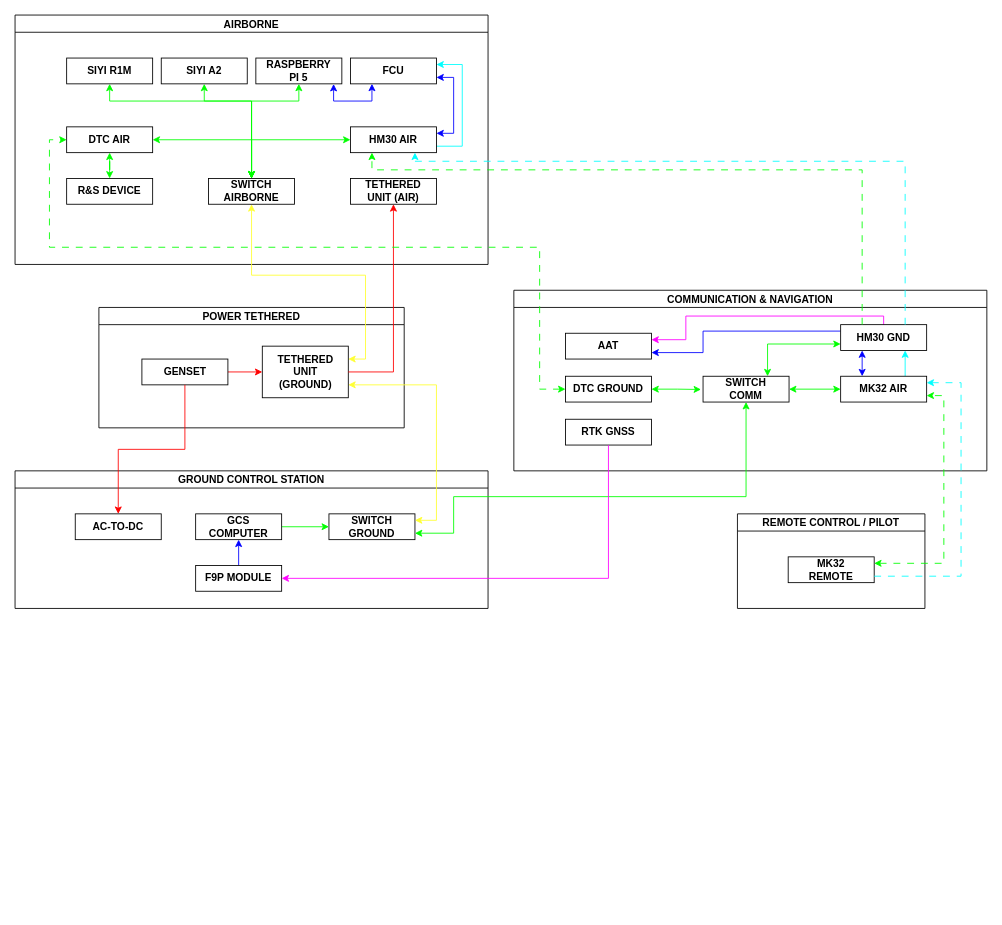
Before: Block Diagram DF.drawio in BagaszPraa/Kumpulan-Tutorial, a draw.io diagram. Source tidied: cells renumbered, new cells numbered last; positions are measured from the earlier drawing's top-left corner, leaving out a move shared by most shapes. Both pictures are drawn from the tidied source at 86%, with x=0, y=0 at pixel (15, 15).
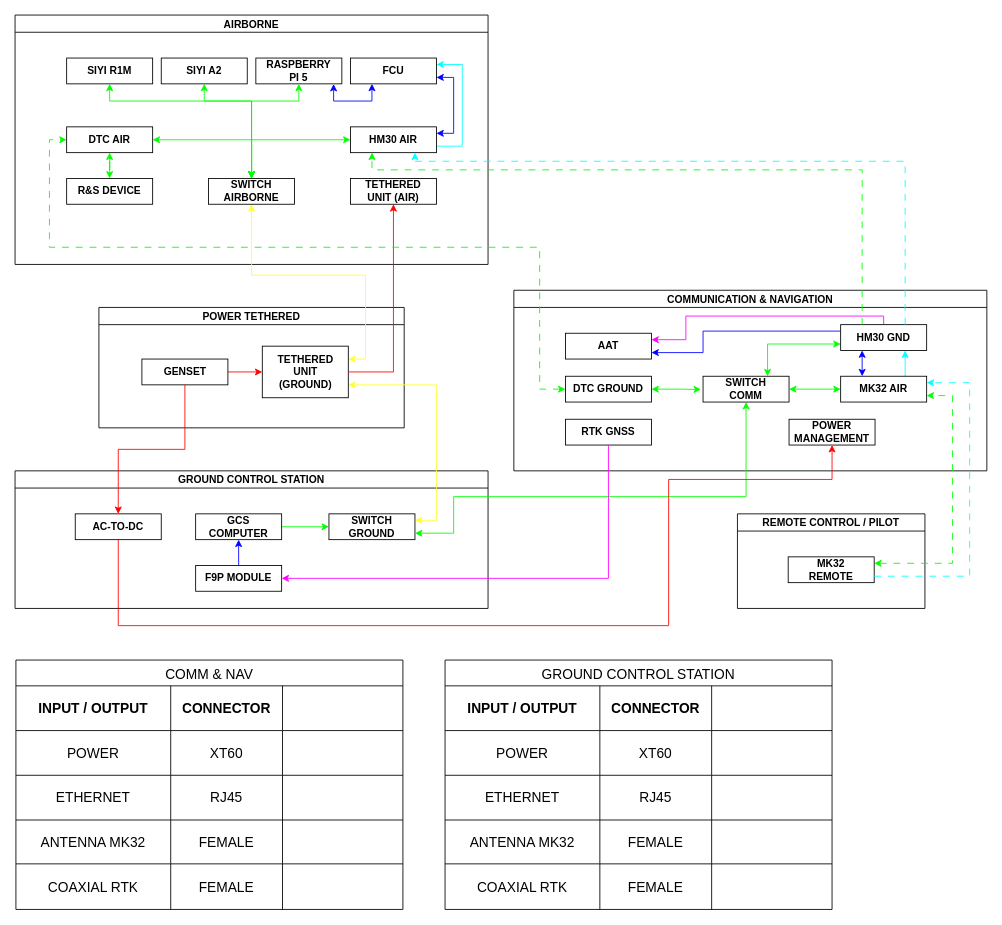
After the change.

Unchanged cells that the change refers to:
```xml
<mxCell id="27" value="AC-TO-DC" style="whiteSpace=wrap;html=1;spacing=9;labelBackgroundColor=none;fontStyle=1;" parent="21" vertex="1">
  <mxGeometry x="70" y="50" width="100" height="30" as="geometry" />
</mxCell>
<mxCell id="28" value="COMMUNICATION &amp; NAVIGATION" style="swimlane;startSize=20;horizontal=1;containerType=tree;newEdgeStyle={&quot;edgeStyle&quot;:&quot;elbowEdgeStyle&quot;,&quot;startArrow&quot;:&quot;none&quot;,&quot;endArrow&quot;:&quot;none&quot;};spacing=9;labelBackgroundColor=none;fontStyle=1;" parent="1" vertex="1">
  <mxGeometry x="580" y="320" width="550" height="210" as="geometry" />
</mxCell>
<mxCell id="32" value="MK32 AIR" style="whiteSpace=wrap;html=1;spacing=9;labelBackgroundColor=none;fontStyle=1;" parent="28" vertex="1">
  <mxGeometry x="380" y="100" width="100" height="30" as="geometry" />
</mxCell>
<mxCell id="43" value="MK32 REMOTE" style="whiteSpace=wrap;html=1;spacing=9;labelBackgroundColor=none;fontStyle=1;" parent="42" vertex="1">
  <mxGeometry x="59" y="50" width="100" height="30" as="geometry" />
</mxCell>
```

Change to the diagram source:
```diff
@@
+    <mxCell id="59" value="POWER MANAGEMENT" style="whiteSpace=wrap;html=1;spacing=9;labelBackgroundColor=none;fontStyle=1;" parent="28" vertex="1">
+      <mxGeometry x="320" y="150" width="100" height="30" as="geometry" />
+    </mxCell>
@@
     <mxCell id="55" style="edgeStyle=orthogonalEdgeStyle;rounded=0;jettySize=auto;html=1;exitX=1;exitY=0.25;exitDx=0;exitDy=0;entryX=1;entryY=0.75;entryDx=0;entryDy=0;startArrow=classic;startFill=1;strokeColor=#00ff00;dashed=1;dashPattern=8 8;" parent="1" edge="1" source="43" target="32">
-      <mxGeometry relative="1" as="geometry" />
+      <mxGeometry relative="1" as="geometry">
+        <Array as="points">
+          <mxPoint x="1090" y="638" />
+          <mxPoint x="1090" y="443" />
+        </Array>
+      </mxGeometry>
     </mxCell>
     <mxCell id="56" style="edgeStyle=orthogonalEdgeStyle;rounded=0;jettySize=auto;html=1;exitX=1;exitY=0.75;exitDx=0;exitDy=0;entryX=1;entryY=0.25;entryDx=0;entryDy=0;startArrow=none;startFill=0;strokeColor=#00ffff;dashed=1;dashPattern=8 8;" parent="1" edge="1" source="43" target="32">
       <mxGeometry relative="1" as="geometry">
         <Array as="points">
-          <mxPoint x="1100" y="653" />
-          <mxPoint x="1100" y="427" />
+          <mxPoint x="1110" y="652" />
+          <mxPoint x="1110" y="428" />
         </Array>
       </mxGeometry>
     </mxCell>
@@
+    <mxCell id="60" style="edgeStyle=orthogonalEdgeStyle;rounded=0;jettySize=auto;html=1;exitX=0.5;exitY=1;exitDx=0;exitDy=0;entryX=0.5;entryY=1;entryDx=0;entryDy=0;strokeColor=#ff0000;" parent="1" edge="1" source="27" target="59">
+      <mxGeometry relative="1" as="geometry">
+        <Array as="points">
+          <mxPoint x="120" y="710" />
+          <mxPoint x="760" y="710" />
+          <mxPoint x="760" y="540" />
+          <mxPoint x="950" y="540" />
+        </Array>
+      </mxGeometry>
+    </mxCell>
+    <mxCell id="61" value="COMM &amp; NAV" style="shape=table;startSize=30;childLayout=tableLayout;strokeColor=default;fontSize=16;" parent="1" vertex="1">
+      <mxGeometry x="1" y="750" width="450" height="290" as="geometry" />
+    </mxCell>
+    <mxCell id="62" style="shape=tableRow;horizontal=0;startSize=0;swimlaneHead=0;swimlaneBody=0;strokeColor=inherit;top=0;left=0;bottom=0;right=0;fillColor=none;fontSize=16;" parent="61" vertex="1">
+      <mxGeometry y="30" width="450" height="52" as="geometry" />
+    </mxCell>
+    <mxCell id="63" value="&lt;b&gt;INPUT / OUTPUT&lt;/b&gt;" style="shape=partialRectangle;html=1;whiteSpace=wrap;strokeColor=inherit;overflow=hidden;fillColor=none;top=0;left=0;bottom=0;right=0;fontSize=16;" parent="62" vertex="1">
+      <mxGeometry width="180" height="52" as="geometry" />
+    </mxCell>
+    <mxCell id="64" value="&lt;b&gt;CONNECTOR&lt;/b&gt;" style="shape=partialRectangle;html=1;whiteSpace=wrap;strokeColor=inherit;overflow=hidden;fillColor=none;top=0;left=0;bottom=0;right=0;fontSize=16;" parent="62" vertex="1">
+      <mxGeometry x="180" width="130" height="52" as="geometry" />
+    </mxCell>
+    <mxCell id="65" style="shape=partialRectangle;html=1;whiteSpace=wrap;strokeColor=inherit;overflow=hidden;fillColor=none;top=0;left=0;bottom=0;right=0;fontSize=16;" parent="62" vertex="1">
+      <mxGeometry x="310" width="140" height="52" as="geometry" />
+    </mxCell>
+    <mxCell id="66" style="shape=tableRow;horizontal=0;startSize=0;swimlaneHead=0;swimlaneBody=0;strokeColor=inherit;top=0;left=0;bottom=0;right=0;fillColor=none;fontSize=16;" parent="61" vertex="1">
+      <mxGeometry y="82" width="450" height="52" as="geometry" />
+    </mxCell>
+    <mxCell id="67" value="POWER" style="shape=partialRectangle;html=1;whiteSpace=wrap;strokeColor=inherit;overflow=hidden;fillColor=none;top=0;left=0;bottom=0;right=0;fontSize=16;" parent="66" vertex="1">
+      <mxGeometry width="180" height="52" as="geometry" />
+    </mxCell>
+    <mxCell id="68" value="XT60" style="shape=partialRectangle;html=1;whiteSpace=wrap;strokeColor=inherit;overflow=hidden;fillColor=none;top=0;left=0;bottom=0;right=0;fontSize=16;" parent="66" vertex="1">
+      <mxGeometry x="180" width="130" height="52" as="geometry" />
+    </mxCell>
+    <mxCell id="69" style="shape=partialRectangle;html=1;whiteSpace=wrap;strokeColor=inherit;overflow=hidden;fillColor=none;top=0;left=0;bottom=0;right=0;fontSize=16;" parent="66" vertex="1">
+      <mxGeometry x="310" width="140" height="52" as="geometry" />
+    </mxCell>
+    <mxCell id="70" style="shape=tableRow;horizontal=0;startSize=0;swimlaneHead=0;swimlaneBody=0;strokeColor=inherit;top=0;left=0;bottom=0;right=0;fillColor=none;fontSize=16;" parent="61" vertex="1">
+      <mxGeometry y="134" width="450" height="52" as="geometry" />
+    </mxCell>
+    <mxCell id="71" value="ETHERNET" style="shape=partialRectangle;html=1;whiteSpace=wrap;strokeColor=inherit;overflow=hidden;fillColor=none;top=0;left=0;bottom=0;right=0;fontSize=16;" parent="70" vertex="1">
+      <mxGeometry width="180" height="52" as="geometry" />
+    </mxCell>
+    <mxCell id="72" value="RJ45" style="shape=partialRectangle;html=1;whiteSpace=wrap;strokeColor=inherit;overflow=hidden;fillColor=none;top=0;left=0;bottom=0;right=0;fontSize=16;" parent="70" vertex="1">
+      <mxGeometry x="180" width="130" height="52" as="geometry" />
+    </mxCell>
+    <mxCell id="73" style="shape=partialRectangle;html=1;whiteSpace=wrap;strokeColor=inherit;overflow=hidden;fillColor=none;top=0;left=0;bottom=0;right=0;fontSize=16;" parent="70" vertex="1">
+      <mxGeometry x="310" width="140" height="52" as="geometry" />
+    </mxCell>
+    <mxCell id="74" style="shape=tableRow;horizontal=0;startSize=0;swimlaneHead=0;swimlaneBody=0;strokeColor=inherit;top=0;left=0;bottom=0;right=0;fillColor=none;fontSize=16;" parent="61" vertex="1">
+      <mxGeometry y="186" width="450" height="51" as="geometry" />
+    </mxCell>
+    <mxCell id="75" value="ANTENNA MK32" style="shape=partialRectangle;html=1;whiteSpace=wrap;strokeColor=inherit;overflow=hidden;fillColor=none;top=0;left=0;bottom=0;right=0;fontSize=16;" parent="74" vertex="1">
+      <mxGeometry width="180" height="51" as="geometry" />
+    </mxCell>
+    <mxCell id="76" value="FEMALE" style="shape=partialRectangle;html=1;whiteSpace=wrap;strokeColor=inherit;overflow=hidden;fillColor=none;top=0;left=0;bottom=0;right=0;fontSize=16;" parent="74" vertex="1">
+      <mxGeometry x="180" width="130" height="51" as="geometry" />
+    </mxCell>
+    <mxCell id="77" style="shape=partialRectangle;html=1;whiteSpace=wrap;strokeColor=inherit;overflow=hidden;fillColor=none;top=0;left=0;bottom=0;right=0;fontSize=16;" parent="74" vertex="1">
+      <mxGeometry x="310" width="140" height="51" as="geometry" />
+    </mxCell>
+    <mxCell id="78" style="shape=tableRow;horizontal=0;startSize=0;swimlaneHead=0;swimlaneBody=0;strokeColor=inherit;top=0;left=0;bottom=0;right=0;fillColor=none;fontSize=16;" parent="61" vertex="1">
+      <mxGeometry y="237" width="450" height="53" as="geometry" />
+    </mxCell>
+    <mxCell id="79" value="COAXIAL RTK" style="shape=partialRectangle;html=1;whiteSpace=wrap;strokeColor=inherit;overflow=hidden;fillColor=none;top=0;left=0;bottom=0;right=0;fontSize=16;" parent="78" vertex="1">
+      <mxGeometry width="180" height="53" as="geometry" />
+    </mxCell>
+    <mxCell id="80" value="FEMALE" style="shape=partialRectangle;html=1;whiteSpace=wrap;strokeColor=inherit;overflow=hidden;fillColor=none;top=0;left=0;bottom=0;right=0;fontSize=16;" parent="78" vertex="1">
+      <mxGeometry x="180" width="130" height="53" as="geometry" />
+    </mxCell>
+    <mxCell id="81" style="shape=partialRectangle;html=1;whiteSpace=wrap;strokeColor=inherit;overflow=hidden;fillColor=none;top=0;left=0;bottom=0;right=0;fontSize=16;" parent="78" vertex="1">
+      <mxGeometry x="310" width="140" height="53" as="geometry" />
+    </mxCell>
+    <mxCell id="82" value="GROUND CONTROL STATION" style="shape=table;startSize=30;childLayout=tableLayout;strokeColor=default;fontSize=16;" parent="1" vertex="1">
+      <mxGeometry x="500" y="750" width="450" height="290" as="geometry" />
+    </mxCell>
+    <mxCell id="83" style="shape=tableRow;horizontal=0;startSize=0;swimlaneHead=0;swimlaneBody=0;strokeColor=inherit;top=0;left=0;bottom=0;right=0;fillColor=none;fontSize=16;" parent="82" vertex="1">
+      <mxGeometry y="30" width="450" height="52" as="geometry" />
+    </mxCell>
+    <mxCell id="84" value="&lt;b&gt;INPUT / OUTPUT&lt;/b&gt;" style="shape=partialRectangle;html=1;whiteSpace=wrap;strokeColor=inherit;overflow=hidden;fillColor=none;top=0;left=0;bottom=0;right=0;fontSize=16;" parent="83" vertex="1">
+      <mxGeometry width="180" height="52" as="geometry" />
+    </mxCell>
+    <mxCell id="85" value="&lt;b&gt;CONNECTOR&lt;/b&gt;" style="shape=partialRectangle;html=1;whiteSpace=wrap;strokeColor=inherit;overflow=hidden;fillColor=none;top=0;left=0;bottom=0;right=0;fontSize=16;" parent="83" vertex="1">
+      <mxGeometry x="180" width="130" height="52" as="geometry" />
+    </mxCell>
+    <mxCell id="86" style="shape=partialRectangle;html=1;whiteSpace=wrap;strokeColor=inherit;overflow=hidden;fillColor=none;top=0;left=0;bottom=0;right=0;fontSize=16;" parent="83" vertex="1">
+      <mxGeometry x="310" width="140" height="52" as="geometry" />
+    </mxCell>
+    <mxCell id="87" style="shape=tableRow;horizontal=0;startSize=0;swimlaneHead=0;swimlaneBody=0;strokeColor=inherit;top=0;left=0;bottom=0;right=0;fillColor=none;fontSize=16;" parent="82" vertex="1">
+      <mxGeometry y="82" width="450" height="52" as="geometry" />
+    </mxCell>
+    <mxCell id="88" value="POWER" style="shape=partialRectangle;html=1;whiteSpace=wrap;strokeColor=inherit;overflow=hidden;fillColor=none;top=0;left=0;bottom=0;right=0;fontSize=16;" parent="87" vertex="1">
+      <mxGeometry width="180" height="52" as="geometry" />
+    </mxCell>
+    <mxCell id="89" value="XT60" style="shape=partialRectangle;html=1;whiteSpace=wrap;strokeColor=inherit;overflow=hidden;fillColor=none;top=0;left=0;bottom=0;right=0;fontSize=16;" parent="87" vertex="1">
+      <mxGeometry x="180" width="130" height="52" as="geometry" />
+    </mxCell>
+    <mxCell id="90" style="shape=partialRectangle;html=1;whiteSpace=wrap;strokeColor=inherit;overflow=hidden;fillColor=none;top=0;left=0;bottom=0;right=0;fontSize=16;" parent="87" vertex="1">
+      <mxGeometry x="310" width="140" height="52" as="geometry" />
+    </mxCell>
+    <mxCell id="91" style="shape=tableRow;horizontal=0;startSize=0;swimlaneHead=0;swimlaneBody=0;strokeColor=inherit;top=0;left=0;bottom=0;right=0;fillColor=none;fontSize=16;" parent="82" vertex="1">
+      <mxGeometry y="134" width="450" height="52" as="geometry" />
+    </mxCell>
+    <mxCell id="92" value="ETHERNET" style="shape=partialRectangle;html=1;whiteSpace=wrap;strokeColor=inherit;overflow=hidden;fillColor=none;top=0;left=0;bottom=0;right=0;fontSize=16;" parent="91" vertex="1">
+      <mxGeometry width="180" height="52" as="geometry" />
+    </mxCell>
+    <mxCell id="93" value="RJ45" style="shape=partialRectangle;html=1;whiteSpace=wrap;strokeColor=inherit;overflow=hidden;fillColor=none;top=0;left=0;bottom=0;right=0;fontSize=16;" parent="91" vertex="1">
+      <mxGeometry x="180" width="130" height="52" as="geometry" />
+    </mxCell>
+    <mxCell id="94" style="shape=partialRectangle;html=1;whiteSpace=wrap;strokeColor=inherit;overflow=hidden;fillColor=none;top=0;left=0;bottom=0;right=0;fontSize=16;" parent="91" vertex="1">
+      <mxGeometry x="310" width="140" height="52" as="geometry" />
+    </mxCell>
+    <mxCell id="95" style="shape=tableRow;horizontal=0;startSize=0;swimlaneHead=0;swimlaneBody=0;strokeColor=inherit;top=0;left=0;bottom=0;right=0;fillColor=none;fontSize=16;" parent="82" vertex="1">
+      <mxGeometry y="186" width="450" height="51" as="geometry" />
+    </mxCell>
+    <mxCell id="96" value="ANTENNA MK32" style="shape=partialRectangle;html=1;whiteSpace=wrap;strokeColor=inherit;overflow=hidden;fillColor=none;top=0;left=0;bottom=0;right=0;fontSize=16;" parent="95" vertex="1">
+      <mxGeometry width="180" height="51" as="geometry" />
+    </mxCell>
+    <mxCell id="97" value="FEMALE" style="shape=partialRectangle;html=1;whiteSpace=wrap;strokeColor=inherit;overflow=hidden;fillColor=none;top=0;left=0;bottom=0;right=0;fontSize=16;" parent="95" vertex="1">
+      <mxGeometry x="180" width="130" height="51" as="geometry" />
+    </mxCell>
+    <mxCell id="98" style="shape=partialRectangle;html=1;whiteSpace=wrap;strokeColor=inherit;overflow=hidden;fillColor=none;top=0;left=0;bottom=0;right=0;fontSize=16;" parent="95" vertex="1">
+      <mxGeometry x="310" width="140" height="51" as="geometry" />
+    </mxCell>
+    <mxCell id="99" style="shape=tableRow;horizontal=0;startSize=0;swimlaneHead=0;swimlaneBody=0;strokeColor=inherit;top=0;left=0;bottom=0;right=0;fillColor=none;fontSize=16;" parent="82" vertex="1">
+      <mxGeometry y="237" width="450" height="53" as="geometry" />
+    </mxCell>
+    <mxCell id="100" value="COAXIAL RTK" style="shape=partialRectangle;html=1;whiteSpace=wrap;strokeColor=inherit;overflow=hidden;fillColor=none;top=0;left=0;bottom=0;right=0;fontSize=16;" parent="99" vertex="1">
+      <mxGeometry width="180" height="53" as="geometry" />
+    </mxCell>
+    <mxCell id="101" value="FEMALE" style="shape=partialRectangle;html=1;whiteSpace=wrap;strokeColor=inherit;overflow=hidden;fillColor=none;top=0;left=0;bottom=0;right=0;fontSize=16;" parent="99" vertex="1">
+      <mxGeometry x="180" width="130" height="53" as="geometry" />
+    </mxCell>
+    <mxCell id="102" style="shape=partialRectangle;html=1;whiteSpace=wrap;strokeColor=inherit;overflow=hidden;fillColor=none;top=0;left=0;bottom=0;right=0;fontSize=16;" parent="99" vertex="1">
+      <mxGeometry x="310" width="140" height="53" as="geometry" />
+    </mxCell>
```
